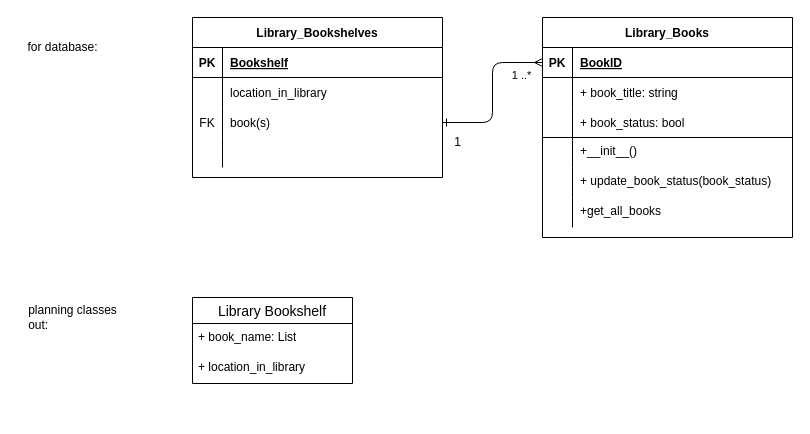
NotNanetteKaye/Week23-BEYONDFLEX keeps this draw.io diagram as GWC_autodesk/GWC.drawio. Above is the earlier version. Source tidied: cells renumbered, new cells numbered last; positions are measured from the earlier drawing's top-left corner, leaving out a move shared by most shapes. Both pictures are drawn from the tidied source at 100%, with x=0, y=0 at pixel (17, 17).
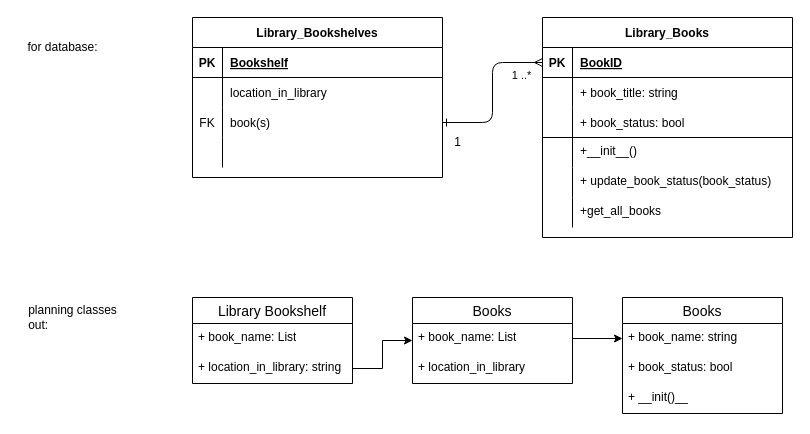
Above is the later version.

Unchanged cells that the change refers to:
```xml
<mxCell id="40" value="Library Bookshelf" style="swimlane;fontStyle=0;horizontal=1;startSize=26;align=center;fontSize=14;" parent="1" vertex="1">
  <mxGeometry x="175" y="280" width="160" height="86" as="geometry" />
</mxCell>
```

Diff of the diagram source:
```diff
@@
-    <mxCell id="42" value="+ location_in_library" style="text;strokeColor=none;fillColor=none;spacingLeft=4;spacingRight=4;overflow=hidden;points=[[0,0.5],[1,0.5]];portConstraint=eastwest;fontSize=12;whiteSpace=wrap;html=1;" parent="40" vertex="1">
+    <mxCell id="42" value="+ location_in_library: string" style="text;strokeColor=none;fillColor=none;spacingLeft=4;spacingRight=4;overflow=hidden;points=[[0,0.5],[1,0.5]];portConstraint=eastwest;fontSize=12;whiteSpace=wrap;html=1;" parent="40" vertex="1">
       <mxGeometry y="56" width="160" height="30" as="geometry" />
     </mxCell>
+    <mxCell id="43" value="Books" style="swimlane;fontStyle=0;horizontal=1;startSize=26;align=center;fontSize=14;" parent="1" vertex="1">
+      <mxGeometry x="395" y="280" width="160" height="86" as="geometry" />
+    </mxCell>
+    <mxCell id="44" value="+ book_name: List" style="text;strokeColor=none;fillColor=none;spacingLeft=4;spacingRight=4;overflow=hidden;points=[[0,0.5],[1,0.5]];portConstraint=eastwest;fontSize=12;whiteSpace=wrap;html=1;" parent="43" vertex="1">
+      <mxGeometry y="26" width="160" height="30" as="geometry" />
+    </mxCell>
+    <mxCell id="45" value="+ location_in_library" style="text;strokeColor=none;fillColor=none;spacingLeft=4;spacingRight=4;overflow=hidden;fontSize=12;whiteSpace=wrap;html=1;" parent="43" vertex="1">
+      <mxGeometry y="56" width="160" height="30" as="geometry" />
+    </mxCell>
+    <mxCell id="46" style="edgeStyle=orthogonalEdgeStyle;rounded=0;jettySize=auto;html=1;exitX=1;exitY=0.5;exitDx=0;exitDy=0;" parent="1" edge="1" source="42" target="43">
+      <mxGeometry relative="1" as="geometry" />
+    </mxCell>
+    <mxCell id="47" value="Books" style="swimlane;fontStyle=0;horizontal=1;startSize=26;align=center;fontSize=14;" parent="1" vertex="1">
+      <mxGeometry x="605" y="280" width="160" height="116" as="geometry" />
+    </mxCell>
+    <mxCell id="48" value="+ book_name: string" style="text;strokeColor=none;fillColor=none;spacingLeft=4;spacingRight=4;overflow=hidden;points=[[0,0.5],[1,0.5]];portConstraint=eastwest;fontSize=12;whiteSpace=wrap;html=1;" parent="47" vertex="1">
+      <mxGeometry y="26" width="160" height="30" as="geometry" />
+    </mxCell>
+    <mxCell id="49" value="+ book_status: bool" style="text;strokeColor=none;fillColor=none;spacingLeft=4;spacingRight=4;overflow=hidden;fontSize=12;whiteSpace=wrap;html=1;" parent="47" vertex="1">
+      <mxGeometry y="56" width="160" height="30" as="geometry" />
+    </mxCell>
+    <mxCell id="50" value="+ __init()__" style="text;strokeColor=none;fillColor=none;spacingLeft=4;spacingRight=4;overflow=hidden;fontSize=12;whiteSpace=wrap;html=1;" parent="47" vertex="1">
+      <mxGeometry y="86" width="160" height="30" as="geometry" />
+    </mxCell>
+    <mxCell id="51" style="edgeStyle=orthogonalEdgeStyle;rounded=0;jettySize=auto;html=1;exitX=1;exitY=0.5;exitDx=0;exitDy=0;" parent="1" edge="1" source="44" target="48">
+      <mxGeometry relative="1" as="geometry" />
+    </mxCell>
```
